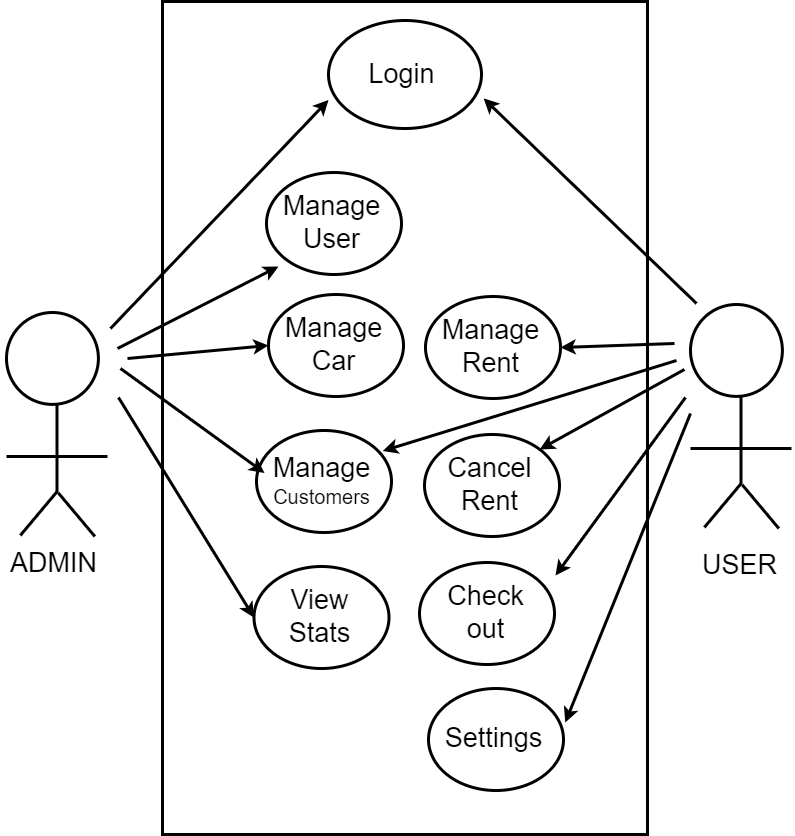
Earlier version of the draw.io export Diagrams/Use Case/UseCase.drawio.png (Ramoniswack/Car-Rental-Management-System). Source tidied: cells renumbered, new cells last; positions are measured from the earlier drawing's top-left corner, leaving out a move shared by most shapes. Its diagram source:
```xml
<mxGraphModel background="#ffffff">
  <root>
    <mxCell id="0" />
    <mxCell id="1" parent="0" />
    <mxCell id="2" style="group;strokeWidth=3;" parent="1" vertex="1">
      <mxGeometry x="690" y="303" width="101" height="224" as="geometry" />
    </mxCell>
    <mxCell id="3" style="ellipse;whiteSpace=wrap;html=1;fillColor=none;strokeColor=#000000;strokeWidth=3;" parent="2" vertex="1">
      <mxGeometry width="91.9" height="91.9" as="geometry" />
    </mxCell>
    <mxCell id="4" style="endArrow=none;html=1;rounded=0;strokeColor=#000000;strokeWidth=3;" parent="2" edge="1">
      <mxGeometry relative="1" as="geometry">
        <mxPoint x="50.5" y="180.3" as="sourcePoint" />
        <mxPoint x="50.5" y="91.9" as="targetPoint" />
      </mxGeometry>
    </mxCell>
    <mxCell id="5" style="endArrow=none;html=1;rounded=0;strokeColor=#000000;strokeWidth=3;" parent="2" edge="1">
      <mxGeometry relative="1" as="geometry">
        <mxPoint x="13.9" y="222.9" as="sourcePoint" />
        <mxPoint x="50.5" y="179.2" as="targetPoint" />
      </mxGeometry>
    </mxCell>
    <mxCell id="6" style="endArrow=none;html=1;rounded=0;strokeColor=#000000;strokeWidth=3;" parent="2" edge="1">
      <mxGeometry relative="1" as="geometry">
        <mxPoint x="51.8" y="180.3" as="sourcePoint" />
        <mxPoint x="88.4" y="224" as="targetPoint" />
      </mxGeometry>
    </mxCell>
    <mxCell id="7" style="endArrow=none;html=1;rounded=0;fontColor=#000000;strokeColor=#000000;strokeWidth=3;" parent="2" edge="1">
      <mxGeometry relative="1" as="geometry">
        <mxPoint y="144" as="sourcePoint" />
        <mxPoint x="101" y="144" as="targetPoint" />
      </mxGeometry>
    </mxCell>
    <mxCell id="8" style="rounded=0;whiteSpace=wrap;html=1;fillColor=none;strokeColor=#000000;strokeWidth=3;" parent="1" vertex="1">
      <mxGeometry x="162" width="485" height="833" as="geometry" />
    </mxCell>
    <mxCell id="9" value="&lt;font style=&quot;font-size: 27px;&quot; color=&quot;#000000&quot;&gt;ADMIN&lt;/font&gt;" style="text;html=1;align=center;verticalAlign=middle;strokeColor=none;fillColor=none;" parent="1" vertex="1">
      <mxGeometry y="540" width="105" height="44" as="geometry" />
    </mxCell>
    <mxCell id="10" value="&lt;font style=&quot;font-size: 27px;&quot; color=&quot;#000000&quot;&gt;USER&lt;/font&gt;" style="text;html=1;align=center;verticalAlign=middle;strokeColor=none;fillColor=none;" parent="1" vertex="1">
      <mxGeometry x="692" y="542" width="93" height="44" as="geometry" />
    </mxCell>
    <mxCell id="11" style="ellipse;whiteSpace=wrap;html=1;fillColor=none;strokeColor=#000000;strokeWidth=3;" parent="1" vertex="1">
      <mxGeometry x="328" y="19" width="153" height="108" as="geometry" />
    </mxCell>
    <mxCell id="12" style="endArrow=classic;html=1;rounded=0;fontFamily=Helvetica;fontSize=12;fontColor=default;strokeColor=#000000;entryX=0;entryY=0.737;entryDx=0;entryDy=0;entryPerimeter=0;strokeWidth=3;" parent="1" edge="1" target="11">
      <mxGeometry relative="1" as="geometry">
        <mxPoint x="110" y="327" as="sourcePoint" />
      </mxGeometry>
    </mxCell>
    <mxCell id="13" style="group;strokeWidth=3;" parent="1" vertex="1">
      <mxGeometry x="6" y="311" width="101" height="224" as="geometry" />
    </mxCell>
    <mxCell id="14" style="ellipse;whiteSpace=wrap;html=1;fillColor=none;strokeColor=#000000;strokeWidth=3;" parent="13" vertex="1">
      <mxGeometry width="91.9" height="91.9" as="geometry" />
    </mxCell>
    <mxCell id="15" style="endArrow=none;html=1;rounded=0;strokeColor=#000000;strokeWidth=3;" parent="13" edge="1">
      <mxGeometry relative="1" as="geometry">
        <mxPoint x="50.5" y="180.3" as="sourcePoint" />
        <mxPoint x="50.5" y="91.9" as="targetPoint" />
      </mxGeometry>
    </mxCell>
    <mxCell id="16" style="endArrow=none;html=1;rounded=0;strokeColor=#000000;strokeWidth=3;" parent="13" edge="1">
      <mxGeometry relative="1" as="geometry">
        <mxPoint x="13.9" y="222.9" as="sourcePoint" />
        <mxPoint x="50.5" y="179.2" as="targetPoint" />
      </mxGeometry>
    </mxCell>
    <mxCell id="17" style="endArrow=none;html=1;rounded=0;strokeColor=#000000;strokeWidth=3;" parent="13" edge="1">
      <mxGeometry relative="1" as="geometry">
        <mxPoint x="51.8" y="180.3" as="sourcePoint" />
        <mxPoint x="88.4" y="224" as="targetPoint" />
      </mxGeometry>
    </mxCell>
    <mxCell id="18" style="endArrow=none;html=1;rounded=0;fontColor=#000000;strokeColor=#000000;strokeWidth=3;" parent="13" edge="1">
      <mxGeometry relative="1" as="geometry">
        <mxPoint y="144" as="sourcePoint" />
        <mxPoint x="101" y="144" as="targetPoint" />
      </mxGeometry>
    </mxCell>
    <mxCell id="19" value="&lt;font style=&quot;font-size: 27px;&quot; color=&quot;#000000&quot;&gt;Login&lt;/font&gt;" style="text;html=1;align=center;verticalAlign=middle;strokeColor=none;fillColor=none;" parent="1" vertex="1">
      <mxGeometry x="359" y="51" width="84" height="44" as="geometry" />
    </mxCell>
    <mxCell id="20" style="endArrow=classic;html=1;rounded=0;fontFamily=Helvetica;fontSize=12;fontColor=default;strokeColor=#000000;strokeWidth=3;entryX=1.014;entryY=0.722;entryDx=0;entryDy=0;entryPerimeter=0;" parent="1" edge="1" target="11">
      <mxGeometry relative="1" as="geometry">
        <mxPoint x="696" y="302" as="sourcePoint" />
      </mxGeometry>
    </mxCell>
    <mxCell id="21" style="ellipse;whiteSpace=wrap;html=1;fillColor=none;strokeColor=#000000;strokeWidth=3;" parent="1" vertex="1">
      <mxGeometry x="266" y="171" width="135" height="102" as="geometry" />
    </mxCell>
    <mxCell id="22" style="endArrow=classic;html=1;rounded=0;fontFamily=Helvetica;fontSize=12;fontColor=default;strokeColor=#000000;strokeWidth=3;" parent="1" edge="1">
      <mxGeometry relative="1" as="geometry">
        <mxPoint x="117" y="347" as="sourcePoint" />
        <mxPoint x="278" y="265" as="targetPoint" />
      </mxGeometry>
    </mxCell>
    <mxCell id="23" value="&lt;font style=&quot;font-size: 27px;&quot; color=&quot;#000000&quot;&gt;Manage&lt;/font&gt;&lt;div&gt;&lt;font style=&quot;font-size: 27px;&quot; color=&quot;#000000&quot;&gt;User&lt;/font&gt;&lt;/div&gt;" style="text;html=1;align=center;verticalAlign=middle;strokeColor=none;fillColor=none;" parent="1" vertex="1">
      <mxGeometry x="273" y="182" width="116" height="77" as="geometry" />
    </mxCell>
    <mxCell id="24" style="ellipse;whiteSpace=wrap;html=1;fillColor=none;strokeColor=#000000;strokeWidth=3;" parent="1" vertex="1">
      <mxGeometry x="268" y="293" width="135" height="102" as="geometry" />
    </mxCell>
    <mxCell id="25" value="&lt;font style=&quot;font-size: 27px;&quot; color=&quot;#000000&quot;&gt;Manage&lt;/font&gt;&lt;div&gt;&lt;font style=&quot;font-size: 27px;&quot; color=&quot;#000000&quot;&gt;Car&lt;/font&gt;&lt;/div&gt;" style="text;html=1;align=center;verticalAlign=middle;strokeColor=none;fillColor=none;" parent="1" vertex="1">
      <mxGeometry x="275" y="304" width="116" height="77" as="geometry" />
    </mxCell>
    <mxCell id="26" style="ellipse;whiteSpace=wrap;html=1;fillColor=none;strokeColor=#000000;strokeWidth=3;" parent="1" vertex="1">
      <mxGeometry x="256" y="429" width="135" height="102" as="geometry" />
    </mxCell>
    <mxCell id="27" value="&lt;font style=&quot;font-size: 27px;&quot; color=&quot;#000000&quot;&gt;Manage&lt;/font&gt;&lt;div&gt;&lt;font style=&quot;font-size: 20px;&quot; color=&quot;#000000&quot;&gt;Customers&lt;/font&gt;&lt;/div&gt;" style="text;html=1;align=center;verticalAlign=middle;points=[];strokeColor=none;fillColor=none;" parent="1" vertex="1">
      <mxGeometry x="263" y="445" width="116" height="68" as="geometry" />
    </mxCell>
    <mxCell id="28" style="ellipse;whiteSpace=wrap;html=1;fillColor=none;strokeColor=#000000;strokeWidth=3;" parent="1" vertex="1">
      <mxGeometry x="253.5" y="565" width="135" height="102" as="geometry" />
    </mxCell>
    <mxCell id="29" value="&lt;font color=&quot;#000000&quot;&gt;&lt;span style=&quot;font-size: 27px;&quot;&gt;View&lt;/span&gt;&lt;/font&gt;&lt;div&gt;&lt;font color=&quot;#000000&quot;&gt;&lt;span style=&quot;font-size: 27px;&quot;&gt;Stats&lt;/span&gt;&lt;/font&gt;&lt;/div&gt;" style="text;html=1;align=center;verticalAlign=middle;strokeColor=none;fillColor=none;" parent="1" vertex="1">
      <mxGeometry x="278.5" y="576" width="80" height="77" as="geometry" />
    </mxCell>
    <mxCell id="30" style="endArrow=classic;html=1;rounded=0;fontFamily=Helvetica;fontSize=12;fontColor=default;strokeColor=#000000;strokeWidth=3;entryX=0;entryY=0.5;entryDx=0;entryDy=0;" parent="1" edge="1" target="24">
      <mxGeometry relative="1" as="geometry">
        <mxPoint x="127" y="357" as="sourcePoint" />
      </mxGeometry>
    </mxCell>
    <mxCell id="31" style="endArrow=classic;html=1;rounded=0;fontFamily=Helvetica;fontSize=12;fontColor=default;strokeColor=#000000;strokeWidth=3;entryX=0.009;entryY=0.388;entryDx=0;entryDy=0;entryPerimeter=0;" parent="1" edge="1" target="27">
      <mxGeometry relative="1" as="geometry">
        <mxPoint x="120" y="367" as="sourcePoint" />
      </mxGeometry>
    </mxCell>
    <mxCell id="32" style="endArrow=classic;html=1;rounded=0;fontFamily=Helvetica;fontSize=12;fontColor=default;strokeColor=#000000;strokeWidth=3;entryX=0;entryY=0.5;entryDx=0;entryDy=0;" parent="1" edge="1" target="28">
      <mxGeometry relative="1" as="geometry">
        <mxPoint x="118" y="396" as="sourcePoint" />
      </mxGeometry>
    </mxCell>
    <mxCell id="33" style="group;" parent="1" vertex="1">
      <mxGeometry x="425" y="295" width="135" height="102" as="geometry" />
    </mxCell>
    <mxCell id="34" style="ellipse;whiteSpace=wrap;html=1;fillColor=none;strokeColor=#000000;strokeWidth=3;" parent="33" vertex="1">
      <mxGeometry width="135" height="102" as="geometry" />
    </mxCell>
    <mxCell id="35" value="&lt;font style=&quot;font-size: 27px;&quot; color=&quot;#000000&quot;&gt;Manage&lt;/font&gt;&lt;div&gt;&lt;font style=&quot;font-size: 27px;&quot; color=&quot;#000000&quot;&gt;Rent&lt;/font&gt;&lt;/div&gt;" style="text;html=1;align=center;verticalAlign=middle;strokeColor=none;fillColor=none;" parent="33" vertex="1">
      <mxGeometry x="7" y="11" width="116" height="77" as="geometry" />
    </mxCell>
    <mxCell id="36" style="group;" parent="1" vertex="1">
      <mxGeometry x="424" y="433" width="135" height="102" as="geometry" />
    </mxCell>
    <mxCell id="37" style="ellipse;whiteSpace=wrap;html=1;fillColor=none;strokeColor=#000000;strokeWidth=3;" parent="36" vertex="1">
      <mxGeometry width="135" height="102" as="geometry" />
    </mxCell>
    <mxCell id="38" value="&lt;div&gt;&lt;font style=&quot;font-size: 27px;&quot; color=&quot;#000000&quot;&gt;Cancel&lt;/font&gt;&lt;/div&gt;&lt;div&gt;&lt;font style=&quot;font-size: 27px;&quot; color=&quot;#000000&quot;&gt;Rent&lt;/font&gt;&lt;/div&gt;" style="text;html=1;align=center;verticalAlign=middle;strokeColor=none;fillColor=none;" parent="36" vertex="1">
      <mxGeometry x="14" y="11" width="102" height="77" as="geometry" />
    </mxCell>
    <mxCell id="39" style="group;" parent="1" vertex="1">
      <mxGeometry x="419" y="561" width="135" height="102" as="geometry" />
    </mxCell>
    <mxCell id="40" style="ellipse;whiteSpace=wrap;html=1;fillColor=none;strokeColor=#000000;strokeWidth=3;" parent="39" vertex="1">
      <mxGeometry width="135" height="102" as="geometry" />
    </mxCell>
    <mxCell id="41" value="&lt;font color=&quot;#000000&quot;&gt;&lt;span style=&quot;font-size: 27px;&quot;&gt;Check&lt;/span&gt;&lt;/font&gt;&lt;div&gt;&lt;font color=&quot;#000000&quot;&gt;&lt;span style=&quot;font-size: 27px;&quot;&gt;out&lt;/span&gt;&lt;/font&gt;&lt;/div&gt;" style="text;html=1;align=center;verticalAlign=middle;strokeColor=none;fillColor=none;" parent="39" vertex="1">
      <mxGeometry x="18" y="11" width="95" height="77" as="geometry" />
    </mxCell>
    <mxCell id="42" style="group;" parent="1" vertex="1">
      <mxGeometry x="428" y="687" width="135" height="102" as="geometry" />
    </mxCell>
    <mxCell id="43" style="ellipse;whiteSpace=wrap;html=1;fillColor=none;strokeColor=#000000;strokeWidth=3;" parent="42" vertex="1">
      <mxGeometry width="135" height="102" as="geometry" />
    </mxCell>
    <mxCell id="44" value="&lt;font color=&quot;#000000&quot;&gt;&lt;span style=&quot;font-size: 27px;&quot;&gt;Settings&lt;/span&gt;&lt;/font&gt;" style="text;html=1;align=center;verticalAlign=middle;strokeColor=none;fillColor=none;" parent="42" vertex="1">
      <mxGeometry x="7" y="28" width="116" height="44" as="geometry" />
    </mxCell>
    <mxCell id="45" style="endArrow=classic;html=1;rounded=0;fontFamily=Helvetica;fontSize=12;fontColor=default;strokeColor=#000000;strokeWidth=3;entryX=1;entryY=0.5;entryDx=0;entryDy=0;" parent="1" edge="1" target="34">
      <mxGeometry relative="1" as="geometry">
        <mxPoint x="674" y="342" as="sourcePoint" />
      </mxGeometry>
    </mxCell>
    <mxCell id="46" style="endArrow=classic;html=1;rounded=0;fontFamily=Helvetica;fontSize=12;fontColor=default;strokeColor=#000000;strokeWidth=3;entryX=1;entryY=0;entryDx=0;entryDy=0;" parent="1" edge="1" target="37">
      <mxGeometry relative="1" as="geometry">
        <mxPoint x="684" y="368" as="sourcePoint" />
      </mxGeometry>
    </mxCell>
    <mxCell id="47" style="endArrow=classic;html=1;rounded=0;fontFamily=Helvetica;fontSize=12;fontColor=default;strokeColor=#000000;strokeWidth=3;" parent="1" edge="1">
      <mxGeometry relative="1" as="geometry">
        <mxPoint x="685" y="396" as="sourcePoint" />
        <mxPoint x="555" y="574" as="targetPoint" />
      </mxGeometry>
    </mxCell>
    <mxCell id="48" style="endArrow=classic;html=1;rounded=0;fontFamily=Helvetica;fontSize=12;fontColor=default;strokeColor=#000000;strokeWidth=3;entryX=1.013;entryY=0.333;entryDx=0;entryDy=0;entryPerimeter=0;" parent="1" edge="1" target="43">
      <mxGeometry relative="1" as="geometry">
        <mxPoint x="690" y="412" as="sourcePoint" />
      </mxGeometry>
    </mxCell>
    <mxCell id="49" style="endArrow=classic;html=1;rounded=0;fontFamily=Helvetica;fontSize=12;fontColor=default;strokeColor=#000000;strokeWidth=3;entryX=1.029;entryY=-0.082;entryDx=0;entryDy=0;entryPerimeter=0;" parent="1" edge="1">
      <mxGeometry relative="1" as="geometry">
        <mxPoint x="676" y="359" as="sourcePoint" />
        <mxPoint x="382.4" y="449.4" as="targetPoint" />
      </mxGeometry>
    </mxCell>
  </root>
</mxGraphModel>
```
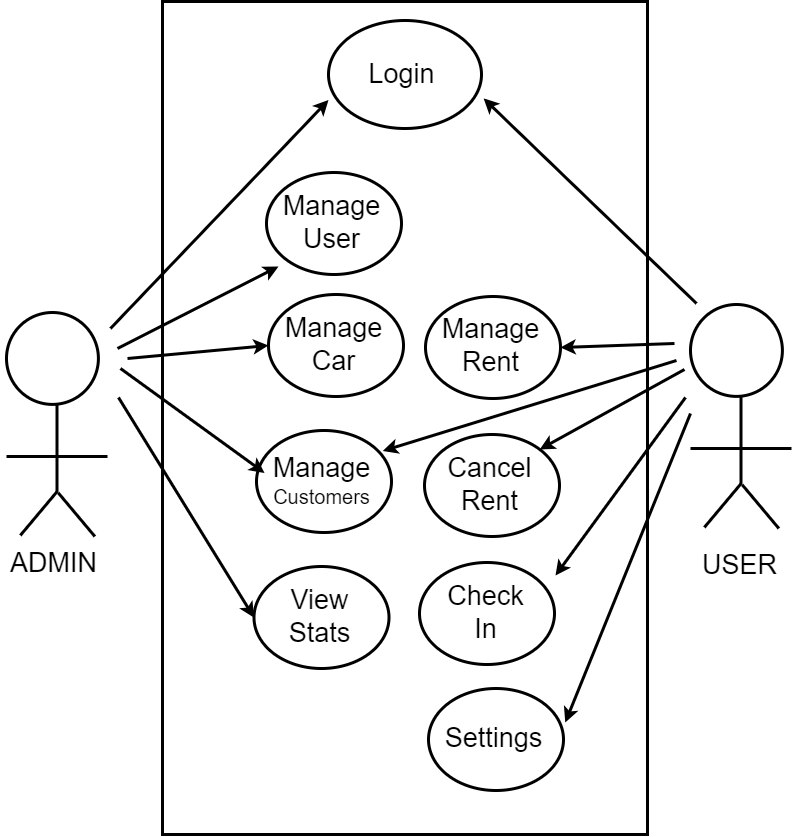
Above is the later version.

What changed in the source:
```diff
@@ -156,7 +156,7 @@
     <mxCell id="40" style="ellipse;whiteSpace=wrap;html=1;fillColor=none;strokeColor=#000000;strokeWidth=3;" parent="39" vertex="1">
       <mxGeometry width="135" height="102" as="geometry" />
     </mxCell>
-    <mxCell id="41" value="&lt;font color=&quot;#000000&quot;&gt;&lt;span style=&quot;font-size: 27px;&quot;&gt;Check&lt;/span&gt;&lt;/font&gt;&lt;div&gt;&lt;font color=&quot;#000000&quot;&gt;&lt;span style=&quot;font-size: 27px;&quot;&gt;out&lt;/span&gt;&lt;/font&gt;&lt;/div&gt;" style="text;html=1;align=center;verticalAlign=middle;strokeColor=none;fillColor=none;" parent="39" vertex="1">
+    <mxCell id="41" value="&lt;font color=&quot;#000000&quot;&gt;&lt;span style=&quot;font-size: 27px;&quot;&gt;Check&lt;/span&gt;&lt;/font&gt;&lt;div&gt;&lt;font color=&quot;#000000&quot;&gt;&lt;span style=&quot;font-size: 27px;&quot;&gt;In&lt;/span&gt;&lt;/font&gt;&lt;/div&gt;" style="text;html=1;align=center;verticalAlign=middle;strokeColor=none;fillColor=none;" parent="39" vertex="1">
       <mxGeometry x="18" y="11" width="95" height="77" as="geometry" />
     </mxCell>
     <mxCell id="42" style="group;" parent="1" vertex="1">
```
